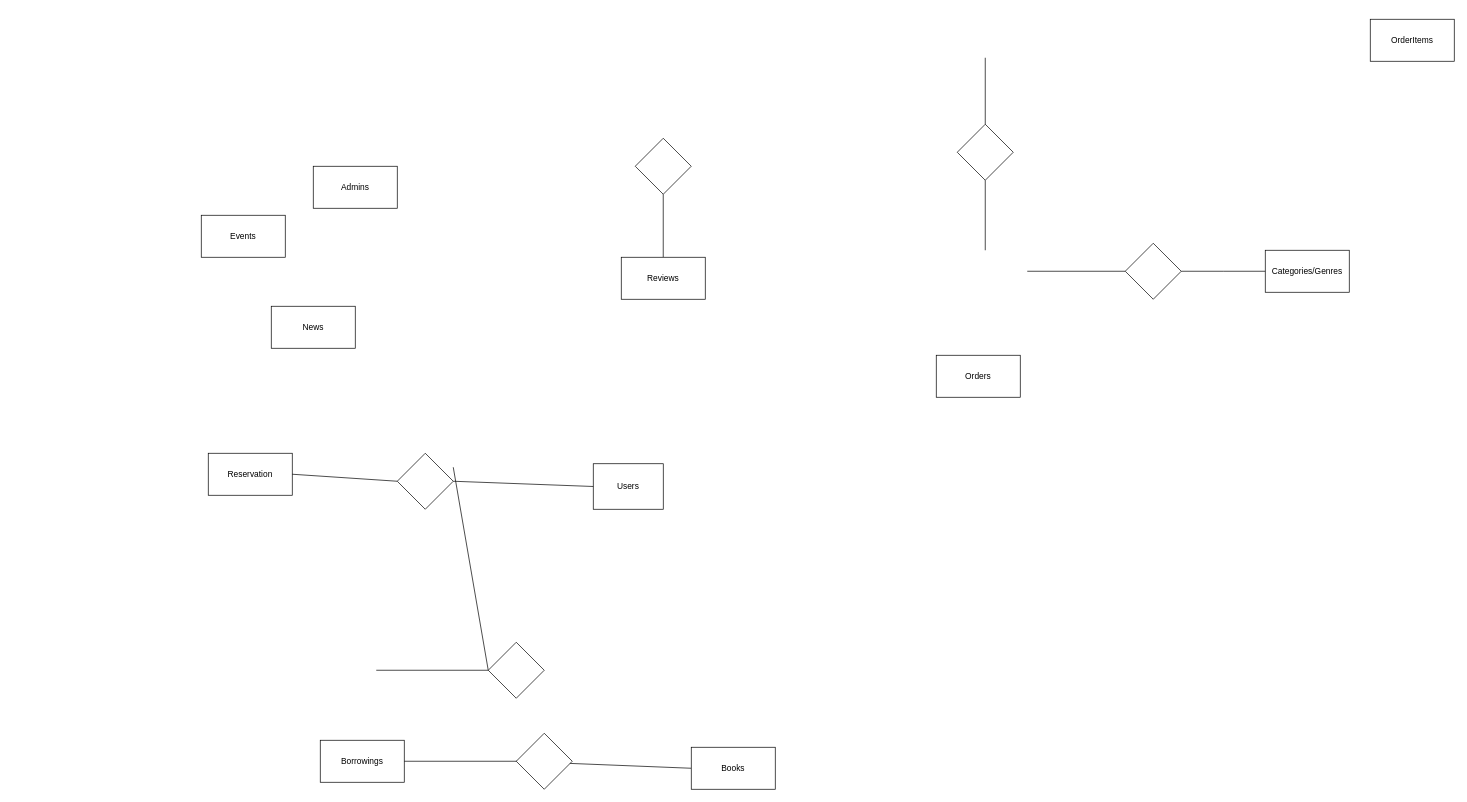
The draw.io diagram Untitled Diagram.drawio in jihad696/ITI, before the edit. Source tidied: cells renumbered, new cells numbered last; positions are measured from the earlier drawing's top-left corner, leaving out a move shared by most shapes. Both pictures are drawn from the tidied source at 70%, with x=0, y=0 at pixel (201, 19).
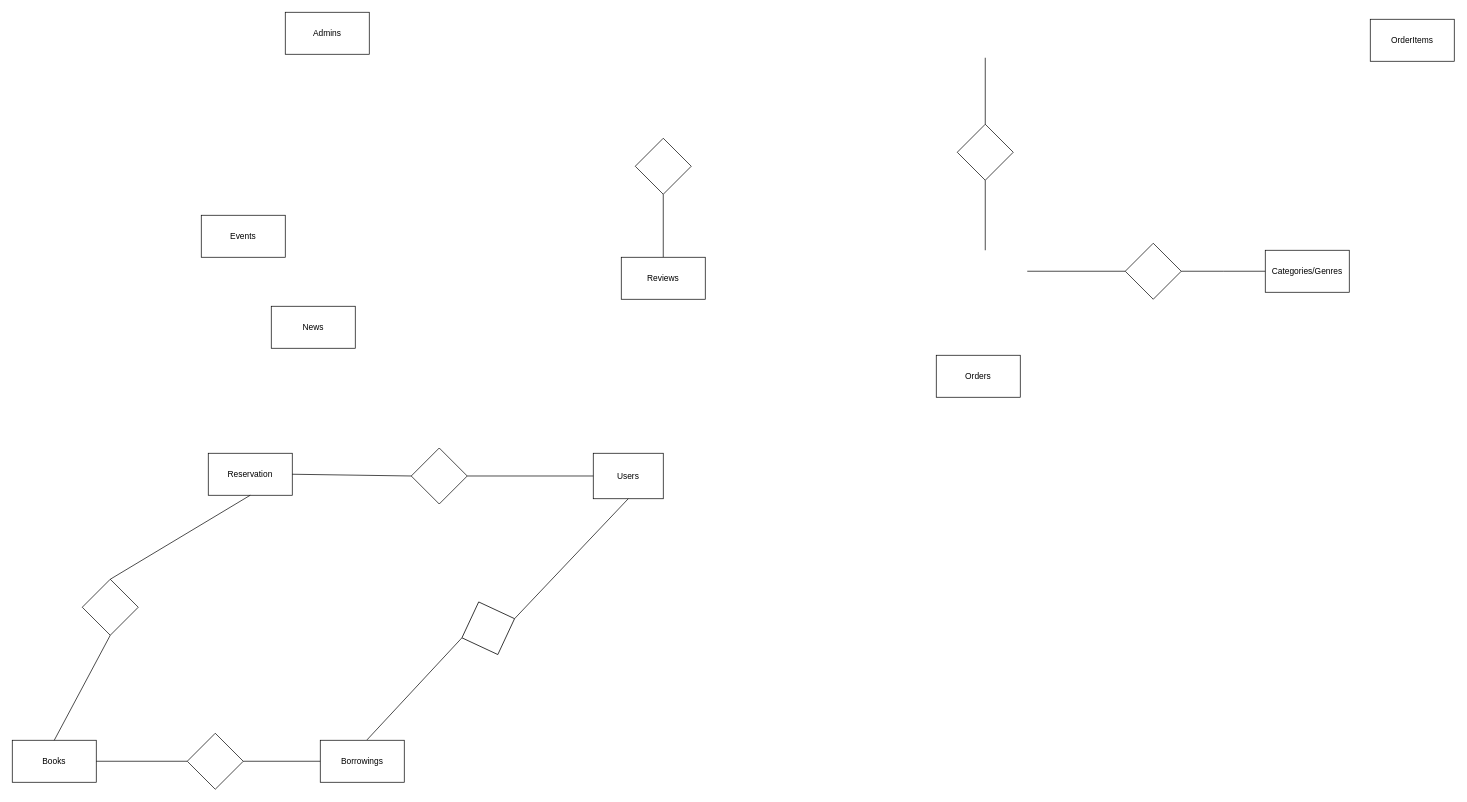
The same page after the edit.

The change refers to these unchanged cells:
```xml
<mxCell id="4" value="Reservation" style="rounded=0;whiteSpace=wrap;html=1;" parent="1" vertex="1">
  <mxGeometry x="10" y="620" width="120" height="60" as="geometry" />
</mxCell>
<mxCell id="5" value="Borrowings" style="rounded=0;whiteSpace=wrap;html=1;" parent="1" vertex="1">
  <mxGeometry x="170" y="1030" width="120" height="60" as="geometry" />
</mxCell>
```

Diff of the diagram source:
```diff
@@
     <mxCell id="7" value="Admins" style="rounded=0;whiteSpace=wrap;html=1;" parent="1" vertex="1">
-      <mxGeometry x="160" y="210" width="120" height="60" as="geometry" />
+      <mxGeometry x="120" y="-10" width="120" height="60" as="geometry" />
     </mxCell>
@@
     <mxCell id="9" value="Users" style="rounded=0;whiteSpace=wrap;html=1;" parent="1" vertex="1">
-      <mxGeometry x="560" y="635" width="100" height="65" as="geometry" />
+      <mxGeometry x="560" y="620" width="100" height="65" as="geometry" />
     </mxCell>
@@
-    <mxCell id="12" style="endArrow=none;html=1;rounded=0;entryX=0;entryY=0.5;entryDx=0;entryDy=0;exitX=0;exitY=0.5;exitDx=0;exitDy=0;" parent="1" edge="1" source="27" target="13">
-      <mxGeometry relative="1" as="geometry" />
-    </mxCell>
-    <mxCell id="13" style="rhombus;whiteSpace=wrap;html=1;" parent="1" vertex="1">
-      <mxGeometry x="450" y="1020" width="80" height="80" as="geometry" />
-    </mxCell>
-    <mxCell id="14" style="endArrow=none;html=1;rounded=0;" parent="1" edge="1" source="5" target="13">
-      <mxGeometry relative="1" as="geometry" />
-    </mxCell>
@@
     <mxCell id="23" style="rhombus;whiteSpace=wrap;html=1;rotation=-90;" parent="1" vertex="1">
-      <mxGeometry x="280" y="620" width="80" height="80" as="geometry" />
+      <mxGeometry x="300" y="612.5" width="80" height="80" as="geometry" />
     </mxCell>
@@
-    <mxCell id="27" value="Books" style="rounded=0;whiteSpace=wrap;html=1;" parent="1" vertex="1">
-      <mxGeometry x="700" y="1040" width="120" height="60" as="geometry" />
-    </mxCell>
-    <mxCell id="28" style="endArrow=none;html=1;rounded=0;" parent="1" edge="1" target="29">
-      <mxGeometry relative="1" as="geometry">
-        <mxPoint x="250" y="930" as="sourcePoint" />
-      </mxGeometry>
+    <mxCell id="28" style="endArrow=none;html=1;rounded=0;entryX=0;entryY=0.5;entryDx=0;entryDy=0;exitX=0.556;exitY=-0.008;exitDx=0;exitDy=0;exitPerimeter=0;" parent="1" edge="1" source="5" target="29">
+      <mxGeometry relative="1" as="geometry" />
     </mxCell>
-    <mxCell id="29" style="rhombus;whiteSpace=wrap;html=1;" parent="1" vertex="1">
-      <mxGeometry x="410" y="890" width="80" height="80" as="geometry" />
+    <mxCell id="29" style="rhombus;whiteSpace=wrap;html=1;rotation=-20;" parent="1" vertex="1">
+      <mxGeometry x="370" y="830" width="80" height="80" as="geometry" />
     </mxCell>
-    <mxCell id="30" style="endArrow=none;html=1;rounded=0;entryX=0;entryY=0.5;entryDx=0;entryDy=0;" parent="1" edge="1" target="29">
-      <mxGeometry relative="1" as="geometry">
-        <mxPoint x="360" y="640" as="sourcePoint" />
-      </mxGeometry>
-    </mxCell>
+    <mxCell id="31" style="endArrow=none;html=1;rounded=0;exitX=0.5;exitY=1;exitDx=0;exitDy=0;entryX=1;entryY=0.5;entryDx=0;entryDy=0;" parent="1" edge="1" source="9" target="29">
+      <mxGeometry relative="1" as="geometry" />
+    </mxCell>
+    <mxCell id="27" value="Books" style="rounded=0;whiteSpace=wrap;html=1;" parent="1" vertex="1">
+      <mxGeometry x="-270" y="1030" width="120" height="60" as="geometry" />
+    </mxCell>
+    <mxCell id="32" style="endArrow=none;html=1;rounded=0;exitX=1;exitY=0.5;exitDx=0;exitDy=0;entryX=0.5;entryY=0;entryDx=0;entryDy=0;" parent="1" edge="1" source="27" target="33">
+      <mxGeometry relative="1" as="geometry" />
+    </mxCell>
+    <mxCell id="33" style="rhombus;whiteSpace=wrap;html=1;rotation=-90;" parent="1" vertex="1">
+      <mxGeometry x="-20" y="1020" width="80" height="80" as="geometry" />
+    </mxCell>
+    <mxCell id="34" style="endArrow=none;html=1;rounded=0;exitX=0.5;exitY=1;exitDx=0;exitDy=0;entryX=0;entryY=0.5;entryDx=0;entryDy=0;" parent="1" edge="1" source="33" target="5">
+      <mxGeometry relative="1" as="geometry" />
+    </mxCell>
+    <mxCell id="35" style="endArrow=none;html=1;rounded=0;exitX=0.5;exitY=0;exitDx=0;exitDy=0;entryX=0.5;entryY=0;entryDx=0;entryDy=0;" parent="1" edge="1" source="27" target="36">
+      <mxGeometry relative="1" as="geometry" />
+    </mxCell>
+    <mxCell id="36" style="rhombus;whiteSpace=wrap;html=1;rotation=-90;direction=north;" parent="1" vertex="1">
+      <mxGeometry x="-170" y="800" width="80" height="80" as="geometry" />
+    </mxCell>
+    <mxCell id="37" style="endArrow=none;html=1;rounded=0;exitX=0.5;exitY=1;exitDx=0;exitDy=0;entryX=0.5;entryY=1;entryDx=0;entryDy=0;" parent="1" edge="1" source="36" target="4">
+      <mxGeometry relative="1" as="geometry" />
+    </mxCell>
```
